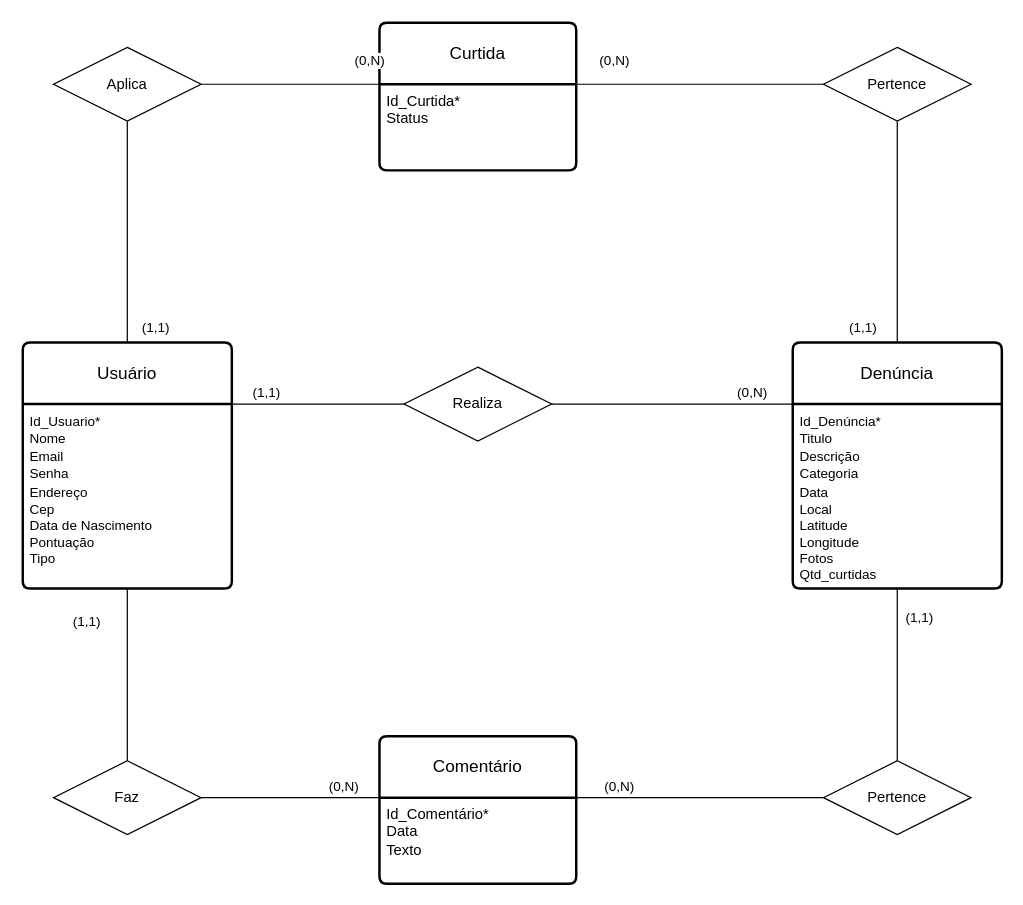
Earlier version of the draw.io diagram Documentação/Diagramas/Diagrama Entidade Relacionamento.drawio (frsouzaa/Documentacao-TCC-NossaVia). Source tidied: cells renumbered, new cells numbered last; positions are measured from the earlier drawing's top-left corner, leaving out a move shared by most shapes. Both pictures are drawn from the tidied source at 123%, with x=0, y=0 at pixel (22, 22).
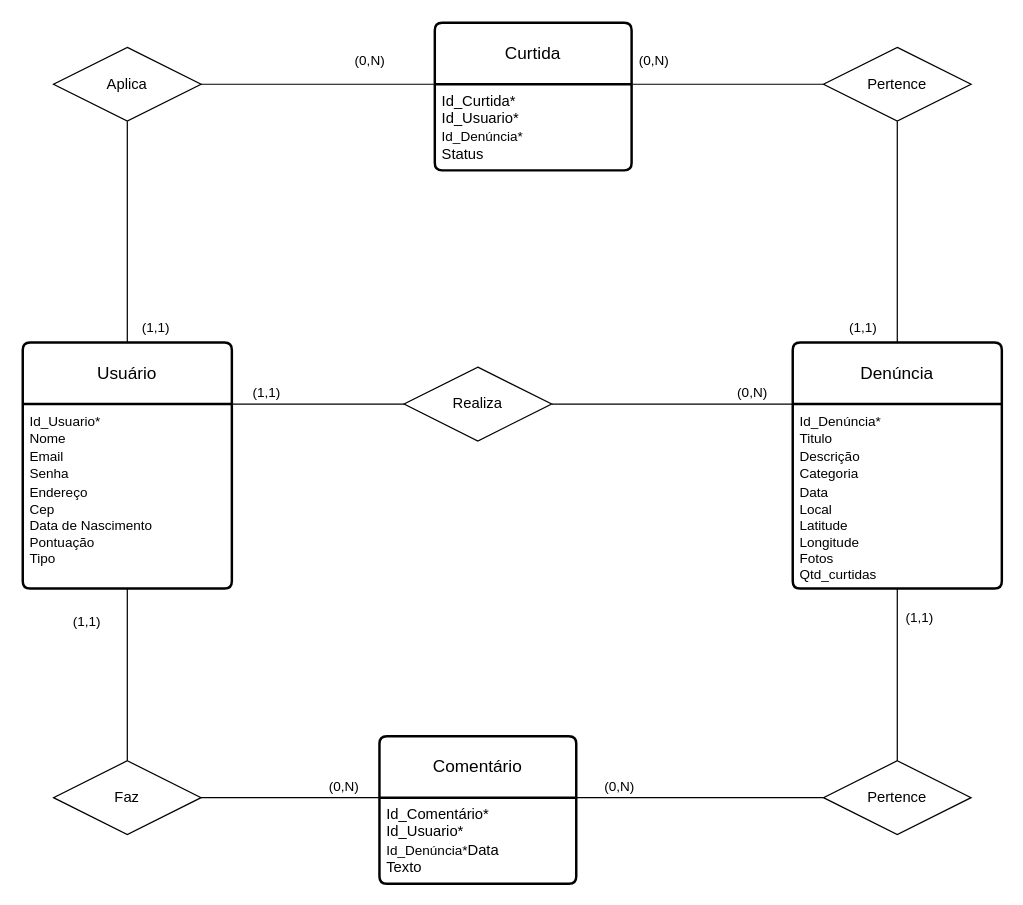
After the change.

Commit message:
Adiciona chave estrangeira Diagrama Entidade Relacionamento.drawio

Unchanged cells that the change refers to:
```xml
<mxCell id="6" value="Comentário" style="swimlane;horizontal=1;startSize=50;rounded=1;fontSize=14;fontStyle=0;strokeWidth=2;shadow=0;align=center;arcSize=4;whiteSpace=wrap;html=1;" parent="1" vertex="1">
  <mxGeometry x="290" y="580" width="160" height="120" as="geometry" />
</mxCell>
```

What changed in the source:
```diff
@@
-    <mxCell id="7" value="&lt;div&gt;Id_Comentário*&lt;/div&gt;Data&lt;div&gt;Texto&lt;/div&gt;" style="align=left;strokeColor=none;fillColor=none;spacingLeft=4;fontSize=12;verticalAlign=top;html=1;" parent="6" vertex="1">
+    <mxCell id="7" value="&lt;div&gt;Id_Comentário*&lt;/div&gt;&lt;div&gt;Id_Usuario*&lt;/div&gt;&lt;span style=&quot;font-size: 11px;&quot;&gt;Id_Denúncia*&lt;/span&gt;Data&lt;div&gt;Texto&lt;/div&gt;" style="align=left;strokeColor=none;fillColor=none;spacingLeft=4;fontSize=12;verticalAlign=top;html=1;" parent="6" vertex="1">
       <mxGeometry y="50" width="160" height="70" as="geometry" />
     </mxCell>
     <mxCell id="8" value="Curtida" style="swimlane;horizontal=1;startSize=50;rounded=1;fontSize=14;fontStyle=0;strokeWidth=2;shadow=0;align=center;arcSize=4;whiteSpace=wrap;html=1;" parent="1" vertex="1">
-      <mxGeometry x="290" width="160" height="120" as="geometry" />
+      <mxGeometry x="335" width="160" height="120" as="geometry" />
     </mxCell>
-    <mxCell id="9" value="&lt;div&gt;Id_Curtida*&lt;/div&gt;Status" style="align=left;strokeColor=none;fillColor=none;spacingLeft=4;fontSize=12;verticalAlign=top;html=1;" parent="8" vertex="1">
+    <mxCell id="9" value="&lt;div&gt;Id_Curtida*&lt;br&gt;Id_Usuario*&lt;/div&gt;&lt;span style=&quot;font-size: 11px;&quot;&gt;Id_Denúncia*&lt;/span&gt;&lt;br&gt;Status" style="align=left;strokeColor=none;fillColor=none;spacingLeft=4;fontSize=12;verticalAlign=top;html=1;" parent="8" vertex="1">
       <mxGeometry y="50" width="160" height="70" as="geometry" />
     </mxCell>
```
